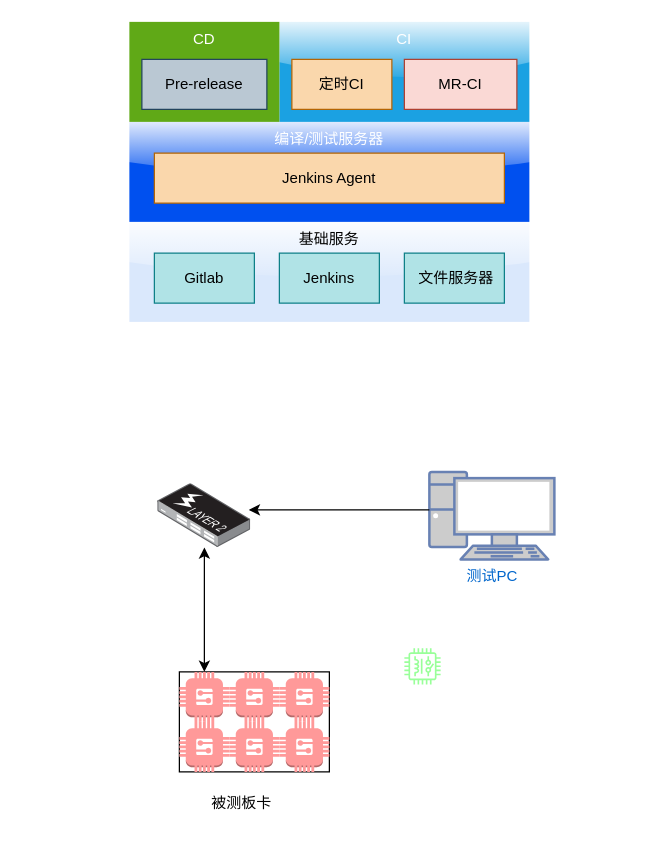
KaiGuoV5/drawio keeps this draw.io diagram as AUTOTEST.drawio. Above is the earlier version. Source tidied: cells renumbered, new cells numbered last; positions are measured from the earlier drawing's top-left corner, leaving out a move shared by most shapes. Both pictures are drawn from the tidied source at 125%, with x=0, y=0 at pixel (129, 21).
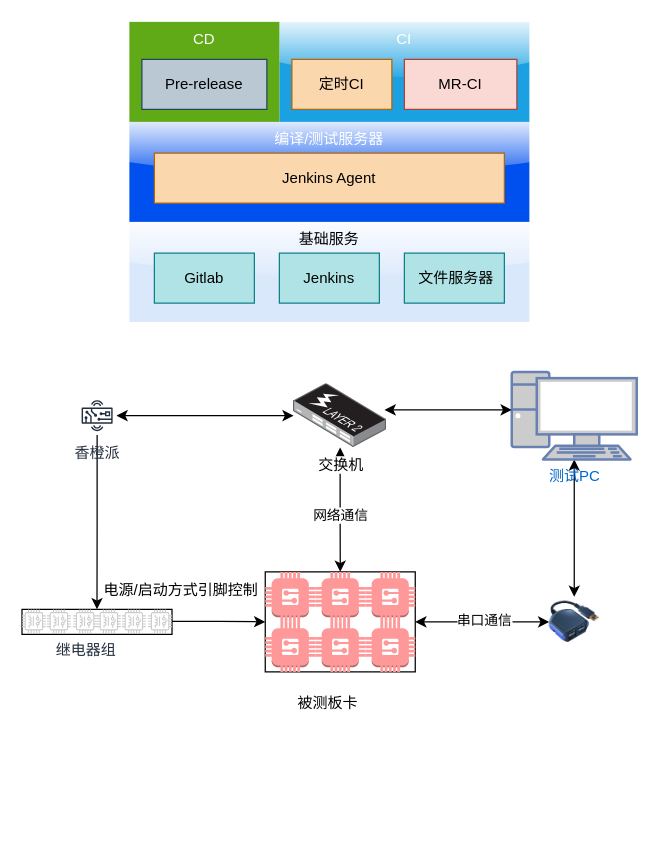
Above is the later version.

Change to the diagram source:
```diff
@@
+    <mxCell id="26" style="edgeStyle=orthogonalEdgeStyle;rounded=0;jettySize=auto;html=1;startArrow=classic;startFill=1;" parent="1" edge="1" source="13" target="43">
+      <mxGeometry relative="1" as="geometry" />
+    </mxCell>
     <mxCell id="13" value="测试PC" style="fontColor=#0066CC;verticalAlign=top;verticalLabelPosition=bottom;labelPosition=center;align=center;html=1;outlineConnect=0;fillColor=#CCCCCC;strokeColor=#6881B3;gradientColor=none;gradientDirection=north;strokeWidth=2;shape=mxgraph.networks.pc;" parent="1" vertex="1">
-      <mxGeometry x="240" y="360" width="100" height="70" as="geometry" />
+      <mxGeometry x="305.9" y="280" width="100" height="70" as="geometry" />
     </mxCell>
-    <mxCell id="14" style="edgeStyle=orthogonalEdgeStyle;rounded=0;jettySize=auto;html=1;startArrow=classic;startFill=1;" parent="1" edge="1" source="15" target="18">
+    <mxCell id="14" style="edgeStyle=orthogonalEdgeStyle;rounded=0;jettySize=auto;html=1;startArrow=classic;startFill=1;entryX=0.5;entryY=0;entryDx=0;entryDy=0;entryPerimeter=0;" parent="1" edge="1" source="15" target="20">
       <mxGeometry relative="1" as="geometry" />
     </mxCell>
+    <mxCell id="27" value="网络通信" style="edgeLabel;html=1;align=center;verticalAlign=middle;" parent="14" vertex="1">
+      <mxGeometry x="0.08" relative="1" as="geometry" />
+    </mxCell>
+    <mxCell id="28" style="edgeStyle=orthogonalEdgeStyle;rounded=0;jettySize=auto;html=1;startArrow=classic;startFill=1;" parent="1" edge="1" source="15" target="39">
+      <mxGeometry relative="1" as="geometry" />
+    </mxCell>
-    <mxCell id="15" style="image;points=[];html=1;align=center;shadow=0;dashed=0;image=img/lib/allied_telesis/switch/Switch_24_port_L2_POE.svg;" parent="1" vertex="1">
-      <mxGeometry x="22.8" y="369.5" width="74.4" height="51" as="geometry" />
+    <mxCell id="15" value="交换机" style="image;points=[];html=1;align=center;shadow=0;dashed=0;image=img/lib/allied_telesis/switch/Switch_24_port_L2_POE.svg;" parent="1" vertex="1">
+      <mxGeometry x="131.4" y="289.5" width="74.4" height="51" as="geometry" />
     </mxCell>
-    <mxCell id="16" style="edgeStyle=orthogonalEdgeStyle;rounded=0;jettySize=auto;html=1;entryX=0.978;entryY=0.41;entryDx=0;entryDy=0;entryPerimeter=0;" parent="1" edge="1" source="13" target="15">
+    <mxCell id="16" style="edgeStyle=orthogonalEdgeStyle;rounded=0;jettySize=auto;html=1;entryX=0.978;entryY=0.41;entryDx=0;entryDy=0;entryPerimeter=0;startArrow=classic;startFill=1;" parent="1" edge="1" source="13" target="15">
       <mxGeometry relative="1" as="geometry">
         <Array as="points">
-          <mxPoint x="175" y="390" />
+          <mxPoint x="220.9" y="310" />
         </Array>
       </mxGeometry>
     </mxCell>
+    <mxCell id="29" style="group;" parent="1" vertex="1">
+      <mxGeometry x="108.7" y="440" width="120" height="120" as="geometry" />
+    </mxCell>
-    <mxCell id="17" style="rounded=0;whiteSpace=wrap;html=1;" parent="1" vertex="1">
-      <mxGeometry x="40" y="520" width="120" height="80" as="geometry" />
+    <mxCell id="17" style="rounded=0;whiteSpace=wrap;html=1;" parent="29" vertex="1">
+      <mxGeometry width="120" height="80" as="geometry" />
     </mxCell>
-    <mxCell id="18" style="outlineConnect=0;dashed=0;verticalLabelPosition=bottom;verticalAlign=top;align=center;html=1;shape=mxgraph.aws3.generic;fillColor=#FF9999;gradientColor=none;" parent="1" vertex="1">
-      <mxGeometry x="40" y="520" width="40" height="40" as="geometry" />
+    <mxCell id="18" style="outlineConnect=0;dashed=0;verticalLabelPosition=bottom;verticalAlign=top;align=center;html=1;shape=mxgraph.aws3.generic;fillColor=#FF9999;gradientColor=none;" parent="29" vertex="1">
+      <mxGeometry width="40" height="40" as="geometry" />
     </mxCell>
-    <mxCell id="19" style="dashed=0;verticalLabelPosition=bottom;verticalAlign=top;align=center;html=1;shape=mxgraph.aws3.generic;fillColor=#FF9999;gradientColor=none;" parent="1" vertex="1">
-      <mxGeometry x="40" y="560" width="40" height="40" as="geometry" />
+    <mxCell id="19" style="dashed=0;verticalLabelPosition=bottom;verticalAlign=top;align=center;html=1;shape=mxgraph.aws3.generic;fillColor=#FF9999;gradientColor=none;" parent="29" vertex="1">
+      <mxGeometry y="40" width="40" height="40" as="geometry" />
     </mxCell>
-    <mxCell id="20" style="outlineConnect=0;dashed=0;verticalLabelPosition=bottom;verticalAlign=top;align=center;html=1;shape=mxgraph.aws3.generic;fillColor=#FF9999;gradientColor=none;" parent="1" vertex="1">
-      <mxGeometry x="80" y="520" width="40" height="40" as="geometry" />
+    <mxCell id="20" style="outlineConnect=0;dashed=0;verticalLabelPosition=bottom;verticalAlign=top;align=center;html=1;shape=mxgraph.aws3.generic;fillColor=#FF9999;gradientColor=none;" parent="29" vertex="1">
+      <mxGeometry x="40" width="40" height="40" as="geometry" />
     </mxCell>
-    <mxCell id="21" style="dashed=0;verticalLabelPosition=bottom;verticalAlign=top;align=center;html=1;shape=mxgraph.aws3.generic;fillColor=#FF9999;gradientColor=none;" parent="1" vertex="1">
-      <mxGeometry x="120" y="520" width="40" height="40" as="geometry" />
+    <mxCell id="21" style="dashed=0;verticalLabelPosition=bottom;verticalAlign=top;align=center;html=1;shape=mxgraph.aws3.generic;fillColor=#FF9999;gradientColor=none;" parent="29" vertex="1">
+      <mxGeometry x="80" width="40" height="40" as="geometry" />
     </mxCell>
-    <mxCell id="22" style="dashed=0;verticalLabelPosition=bottom;verticalAlign=top;align=center;html=1;shape=mxgraph.aws3.generic;fillColor=#FF9999;gradientColor=none;" parent="1" vertex="1">
-      <mxGeometry x="80" y="560" width="40" height="40" as="geometry" />
+    <mxCell id="22" style="dashed=0;verticalLabelPosition=bottom;verticalAlign=top;align=center;html=1;shape=mxgraph.aws3.generic;fillColor=#FF9999;gradientColor=none;" parent="29" vertex="1">
+      <mxGeometry x="40" y="40" width="40" height="40" as="geometry" />
     </mxCell>
-    <mxCell id="23" style="dashed=0;verticalLabelPosition=bottom;verticalAlign=top;align=center;html=1;shape=mxgraph.aws3.generic;fillColor=#FF9999;gradientColor=none;" parent="1" vertex="1">
-      <mxGeometry x="120" y="560" width="40" height="40" as="geometry" />
+    <mxCell id="23" style="dashed=0;verticalLabelPosition=bottom;verticalAlign=top;align=center;html=1;shape=mxgraph.aws3.generic;fillColor=#FF9999;gradientColor=none;" parent="29" vertex="1">
+      <mxGeometry x="80" y="40" width="40" height="40" as="geometry" />
     </mxCell>
-    <mxCell id="24" value="被测板卡" style="text;html=1;align=center;verticalAlign=middle;whiteSpace=wrap;rounded=0;" parent="1" vertex="1">
-      <mxGeometry x="60" y="610" width="60" height="30" as="geometry" />
+    <mxCell id="24" value="被测板卡" style="text;html=1;align=center;verticalAlign=middle;whiteSpace=wrap;rounded=0;" parent="29" vertex="1">
+      <mxGeometry x="20" y="90" width="60" height="30" as="geometry" />
     </mxCell>
+    <mxCell id="30" style="group;" parent="1" vertex="1">
+      <mxGeometry x="-85.9" y="470" width="120" height="20" as="geometry" />
+    </mxCell>
+    <mxCell id="31" style="rounded=0;whiteSpace=wrap;html=1;" parent="30" vertex="1">
+      <mxGeometry width="120" height="20" as="geometry" />
+    </mxCell>
-    <mxCell id="25" style="sketch=0;fontColor=#232F3E;gradientColor=none;fillColor=#99FF99;strokeColor=none;dashed=0;verticalLabelPosition=bottom;verticalAlign=top;align=center;html=1;fontSize=12;fontStyle=0;shape=mxgraph.aws4.iot_thing_relay;" parent="1" vertex="1">
-      <mxGeometry x="220" y="501" width="29" height="29" as="geometry" />
+    <mxCell id="25" style="sketch=0;fontColor=#232F3E;gradientColor=none;fillColor=#CCCCCC;strokeColor=none;dashed=0;verticalLabelPosition=bottom;verticalAlign=top;align=center;html=1;fontSize=12;fontStyle=0;shape=mxgraph.aws4.iot_thing_relay;" parent="30" vertex="1">
+      <mxGeometry width="19" height="19" as="geometry" />
     </mxCell>
+    <mxCell id="32" style="sketch=0;fontColor=#232F3E;gradientColor=none;fillColor=#CCCCCC;strokeColor=none;dashed=0;verticalLabelPosition=bottom;verticalAlign=top;align=center;html=1;fontSize=12;fontStyle=0;shape=mxgraph.aws4.iot_thing_relay;" parent="30" vertex="1">
+      <mxGeometry x="20" width="19" height="19" as="geometry" />
+    </mxCell>
+    <mxCell id="33" value="继电器组" style="sketch=0;outlineConnect=0;fontColor=#232F3E;gradientColor=none;fillColor=#CCCCCC;strokeColor=none;dashed=0;verticalLabelPosition=bottom;verticalAlign=top;align=center;html=1;fontSize=12;fontStyle=0;shape=mxgraph.aws4.iot_thing_relay;" parent="30" vertex="1">
+      <mxGeometry x="41" width="19" height="19" as="geometry" />
+    </mxCell>
+    <mxCell id="34" style="sketch=0;fontColor=#232F3E;gradientColor=none;fillColor=#CCCCCC;strokeColor=none;dashed=0;verticalLabelPosition=bottom;verticalAlign=top;align=center;html=1;fontSize=12;fontStyle=0;shape=mxgraph.aws4.iot_thing_relay;" parent="30" vertex="1">
+      <mxGeometry x="60" width="19" height="19" as="geometry" />
+    </mxCell>
+    <mxCell id="35" style="sketch=0;fontColor=#232F3E;gradientColor=none;fillColor=#CCCCCC;strokeColor=none;dashed=0;verticalLabelPosition=bottom;verticalAlign=top;align=center;html=1;fontSize=12;fontStyle=0;shape=mxgraph.aws4.iot_thing_relay;" parent="30" vertex="1">
+      <mxGeometry x="80" width="19" height="19" as="geometry" />
+    </mxCell>
+    <mxCell id="36" style="sketch=0;outlineConnect=0;fontColor=#232F3E;gradientColor=none;fillColor=#CCCCCC;strokeColor=none;dashed=0;verticalLabelPosition=bottom;verticalAlign=top;align=center;html=1;fontSize=12;fontStyle=0;shape=mxgraph.aws4.iot_thing_relay;" parent="30" vertex="1">
+      <mxGeometry x="101" width="19" height="19" as="geometry" />
+    </mxCell>
+    <mxCell id="37" style="edgeStyle=orthogonalEdgeStyle;rounded=0;jettySize=auto;html=1;entryX=0;entryY=0.5;entryDx=0;entryDy=0;" parent="1" edge="1" source="36" target="17">
+      <mxGeometry relative="1" as="geometry" />
+    </mxCell>
+    <mxCell id="38" style="edgeStyle=orthogonalEdgeStyle;rounded=0;jettySize=auto;html=1;entryX=1;entryY=0;entryDx=0;entryDy=0;entryPerimeter=0;startArrow=none;startFill=0;" parent="1" edge="1" source="39" target="33">
+      <mxGeometry relative="1" as="geometry" />
+    </mxCell>
+    <mxCell id="39" value="香橙派" style="sketch=0;outlineConnect=0;fontColor=#232F3E;gradientColor=none;strokeColor=#232F3E;fillColor=#ffffff;dashed=0;verticalLabelPosition=bottom;verticalAlign=top;align=center;html=1;fontSize=12;fontStyle=0;shape=mxgraph.aws4.resourceIcon;resIcon=mxgraph.aws4.hardware_board;" parent="1" vertex="1">
+      <mxGeometry x="-41.3" y="299.5" width="31" height="31" as="geometry" />
+    </mxCell>
+    <mxCell id="40" value="电源/启动方式引脚控制" style="text;html=1;align=center;verticalAlign=middle;strokeColor=none;fillColor=none;" parent="1" vertex="1">
+      <mxGeometry x="-34.2" y="440" width="150" height="30" as="geometry" />
+    </mxCell>
+    <mxCell id="41" style="edgeStyle=orthogonalEdgeStyle;rounded=0;jettySize=auto;html=1;entryX=1;entryY=0.5;entryDx=0;entryDy=0;startArrow=classic;startFill=1;" parent="1" edge="1" source="43" target="17">
+      <mxGeometry relative="1" as="geometry" />
+    </mxCell>
+    <mxCell id="42" value="串口通信" style="edgeLabel;html=1;align=center;verticalAlign=middle;" parent="41" vertex="1">
+      <mxGeometry x="-0.03" y="-2" relative="1" as="geometry" />
+    </mxCell>
+    <mxCell id="43" style="image;html=1;image=img/lib/clip_art/computers/USB_Hub_128x128.png;" parent="1" vertex="1">
+      <mxGeometry x="335.9" y="460" width="40" height="40" as="geometry" />
+    </mxCell>
```
